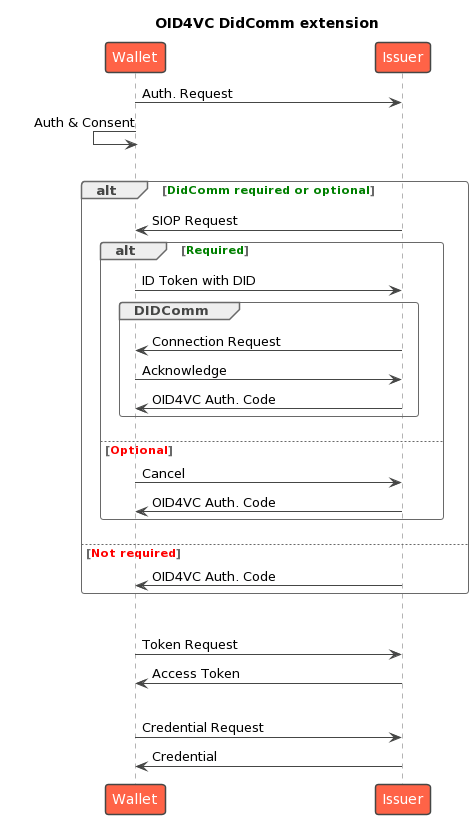
Before: Diagramme/auth_siop.png, a diagram exported from PlantUML (IDunion/OpenIDIDComm).
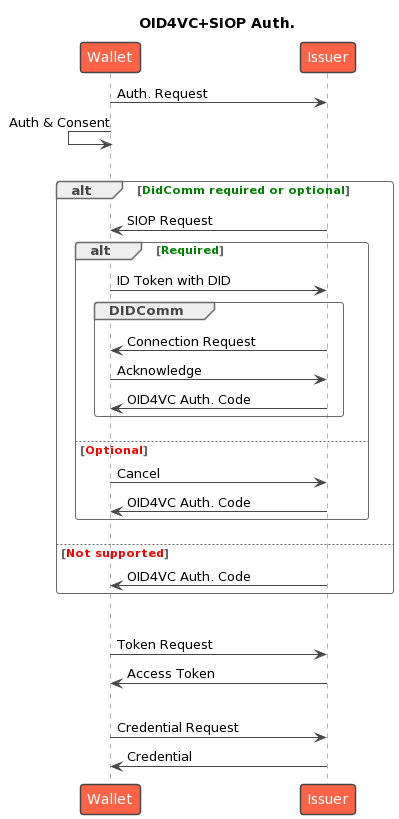
Later version of the same file.

Commit message:
Include auth flow

What changed in the source:
```diff
@@ -1,10 +1,10 @@
 @startuml
 !theme vibrant
 !pragma teoz true
-title "OID4VC DidComm extension"
+title "OID4VC+SIOP Auth."
 participant Wallet
 participant "Issuer" as CI
-skinparam ParticipantPadding 100
+skinparam ParticipantPadding 75
 
 
 Wallet -> CI: Auth. Request
@@ -23,7 +23,7 @@
         Wallet -> CI: Cancel
         CI -> Wallet: OID4VC Auth. Code
     end
-else <color red>Not required</color>
+else <color red>Not supported</color>
     CI -> Wallet: OID4VC Auth. Code
 end
 
```
